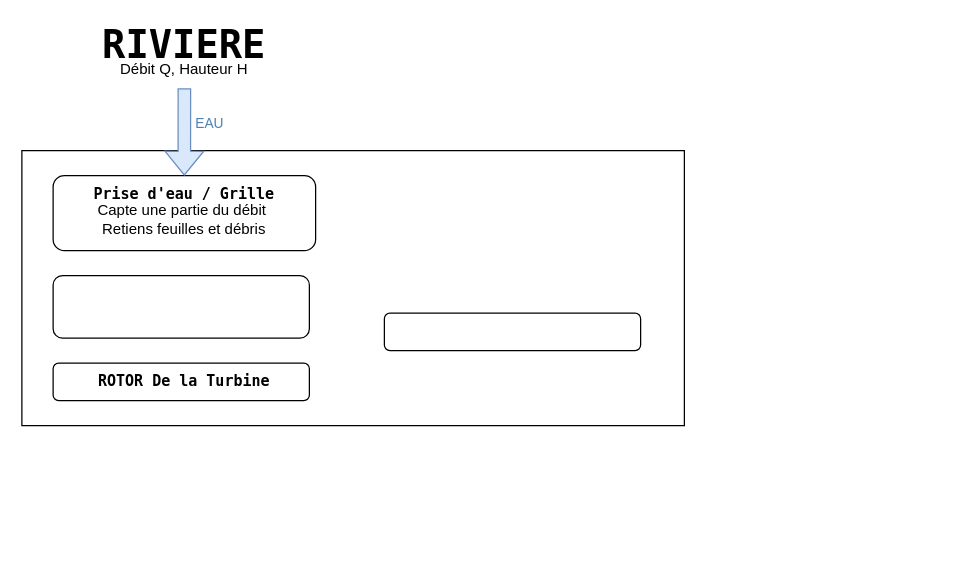
The draw.io diagram PPE_SF.drawio in negans-soyez/PPE_TurbEAU, before the edit. Source tidied: cells renumbered, new cells numbered last; positions are measured from the earlier drawing's top-left corner, leaving out a move shared by most shapes. Both pictures are drawn from the tidied source at 125%, with x=0, y=0 at pixel (21, 25).
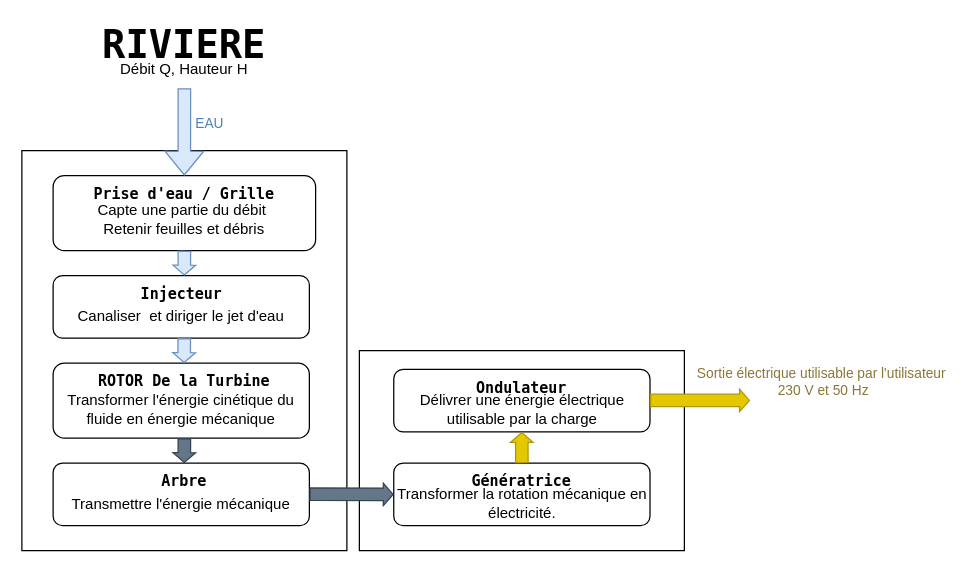
The same page after the edit.

Commit message:
Mettre à jour PPE_SF.drawio

The change refers to these unchanged cells:
```xml
<mxCell id="5" style="rounded=1;whiteSpace=wrap;html=1;" parent="1" vertex="1">
  <mxGeometry x="25" y="120" width="210" height="60" as="geometry" />
</mxCell>
```

The edit, as a diff of the source:
```diff
@@
     <mxCell id="2" style="rounded=0;whiteSpace=wrap;html=1;fillColor=none;" parent="1" vertex="1">
-      <mxGeometry y="100" width="530" height="220" as="geometry" />
+      <mxGeometry y="100" width="260" height="320" as="geometry" />
     </mxCell>
@@
-    <mxCell id="7" value="Capte une partie du débit&amp;nbsp;&lt;div&gt;Retiens feuilles et débris&lt;/div&gt;" style="text;html=1;whiteSpace=wrap;strokeColor=none;fillColor=none;align=center;verticalAlign=middle;rounded=0;" parent="1" vertex="1">
+    <mxCell id="7" value="Capte une partie du débit&amp;nbsp;&lt;div&gt;Retenir feuilles et débris&lt;/div&gt;" style="text;html=1;whiteSpace=wrap;strokeColor=none;fillColor=none;align=center;verticalAlign=middle;rounded=0;" parent="1" vertex="1">
       <mxGeometry x="25" y="140" width="210" height="30" as="geometry" />
     </mxCell>
@@
-    <mxCell id="10" style="rounded=1;whiteSpace=wrap;html=1;" parent="1" vertex="1">
+    <mxCell id="10" value="&lt;div&gt;&lt;br&gt;&lt;/div&gt;&lt;div&gt;&lt;span style=&quot;background-color: transparent; color: light-dark(rgb(0, 0, 0), rgb(255, 255, 255));&quot;&gt;Canaliser&amp;nbsp; et diriger le jet d'eau&lt;/span&gt;&lt;/div&gt;" style="rounded=1;whiteSpace=wrap;html=1;" parent="1" vertex="1">
       <mxGeometry x="25" y="200" width="205" height="50" as="geometry" />
     </mxCell>
-    <mxCell id="11" style="rounded=1;whiteSpace=wrap;html=1;" parent="1" vertex="1">
-      <mxGeometry x="25" y="270" width="205" height="30" as="geometry" />
+    <mxCell id="11" value="&lt;div&gt;&lt;br&gt;&lt;/div&gt;Transformer l'énergie cinétique du fluide en énergie mécanique" style="rounded=1;whiteSpace=wrap;html=1;" parent="1" vertex="1">
+      <mxGeometry x="25" y="270" width="205" height="60" as="geometry" />
     </mxCell>
@@
-    <mxCell id="13" style="rounded=1;whiteSpace=wrap;html=1;" parent="1" vertex="1">
-      <mxGeometry x="290" y="230" width="205" height="30" as="geometry" />
+    <mxCell id="13" value="&lt;div&gt;&lt;br&gt;&lt;/div&gt;Transmettre l'énergie mécanique" style="rounded=1;whiteSpace=wrap;html=1;" parent="1" vertex="1">
+      <mxGeometry x="25" y="350" width="205" height="50" as="geometry" />
     </mxCell>
+    <mxCell id="14" value="Injecteur" style="text;html=1;whiteSpace=wrap;strokeColor=none;fillColor=none;align=center;verticalAlign=middle;rounded=0;fontFamily=Lucida Console;fontSize=12;fontColor=default;fontStyle=1;" parent="1" vertex="1">
+      <mxGeometry x="39.8" y="200" width="175.5" height="30" as="geometry" />
+    </mxCell>
+    <mxCell id="15" value="Arbre" style="text;html=1;whiteSpace=wrap;strokeColor=none;fillColor=none;align=center;verticalAlign=middle;rounded=0;fontFamily=Lucida Console;fontSize=12;fontColor=default;fontStyle=1;" parent="1" vertex="1">
+      <mxGeometry x="42.2" y="350" width="175.5" height="30" as="geometry" />
+    </mxCell>
+    <mxCell id="16" style="shape=flexArrow;endArrow=classic;html=1;rounded=0;fillColor=#dae8fc;strokeColor=#6c8ebf;exitX=0.5;exitY=1;exitDx=0;exitDy=0;entryX=0.5;entryY=0;entryDx=0;entryDy=0;endWidth=7.101449275362318;endSize=2.282608695652174;" parent="1" edge="1" source="5">
+      <mxGeometry relative="1" as="geometry">
+        <mxPoint x="129.9" y="200" as="targetPoint" />
+      </mxGeometry>
+    </mxCell>
+    <mxCell id="17" style="shape=flexArrow;endArrow=classic;html=1;rounded=0;fillColor=#dae8fc;strokeColor=#6c8ebf;exitX=0.5;exitY=1;exitDx=0;exitDy=0;entryX=0.5;entryY=0;entryDx=0;entryDy=0;endWidth=7.101449275362318;endSize=2.282608695652174;" parent="1" edge="1">
+      <mxGeometry relative="1" as="geometry">
+        <mxPoint x="129.9" y="250" as="sourcePoint" />
+        <mxPoint x="129.8" y="270" as="targetPoint" />
+      </mxGeometry>
+    </mxCell>
+    <mxCell id="18" style="shape=flexArrow;endArrow=classic;html=1;rounded=0;fillColor=#647687;strokeColor=#314354;exitX=0.5;exitY=1;exitDx=0;exitDy=0;entryX=0.5;entryY=0;entryDx=0;entryDy=0;endWidth=7.101449275362318;endSize=2.282608695652174;" parent="1" edge="1">
+      <mxGeometry relative="1" as="geometry">
+        <mxPoint x="130" y="330" as="sourcePoint" />
+        <mxPoint x="129.9" y="350" as="targetPoint" />
+      </mxGeometry>
+    </mxCell>
+    <mxCell id="19" style="rounded=0;whiteSpace=wrap;html=1;fillColor=none;" parent="1" vertex="1">
+      <mxGeometry x="270" y="260" width="260" height="160" as="geometry" />
+    </mxCell>
+    <mxCell id="20" value="&lt;div&gt;&lt;br&gt;&lt;/div&gt;Transformer la rotation mécanique en électricité." style="rounded=1;whiteSpace=wrap;html=1;" parent="1" vertex="1">
+      <mxGeometry x="297.5" y="350" width="205" height="50" as="geometry" />
+    </mxCell>
+    <mxCell id="21" value="&lt;div&gt;&lt;br&gt;&lt;/div&gt;Délivrer une énergie électrique utilisable par la charge" style="rounded=1;whiteSpace=wrap;html=1;" parent="1" vertex="1">
+      <mxGeometry x="297.5" y="275" width="205" height="50" as="geometry" />
+    </mxCell>
+    <mxCell id="22" value="Génératrice" style="text;html=1;whiteSpace=wrap;strokeColor=none;fillColor=none;align=center;verticalAlign=middle;rounded=0;fontFamily=Lucida Console;fontSize=12;fontColor=default;fontStyle=1;" parent="1" vertex="1">
+      <mxGeometry x="341.1" y="360" width="117.8" height="10" as="geometry" />
+    </mxCell>
+    <mxCell id="23" value="Ondulateur" style="text;html=1;whiteSpace=wrap;strokeColor=none;fillColor=none;align=center;verticalAlign=middle;rounded=0;fontFamily=Lucida Console;fontSize=12;fontColor=default;fontStyle=1;" parent="1" vertex="1">
+      <mxGeometry x="312.2" y="275" width="175.5" height="30" as="geometry" />
+    </mxCell>
+    <mxCell id="24" style="shape=flexArrow;endArrow=classic;html=1;rounded=0;fillColor=#647687;strokeColor=#314354;exitX=0.951;exitY=0.4;exitDx=0;exitDy=0;entryX=0;entryY=0.5;entryDx=0;entryDy=0;endWidth=7.101449275362318;endSize=2.282608695652174;exitPerimeter=0;" parent="1" edge="1" target="20">
+      <mxGeometry relative="1" as="geometry">
+        <mxPoint x="230" y="374.9" as="sourcePoint" />
+      </mxGeometry>
+    </mxCell>
+    <mxCell id="25" style="shape=flexArrow;endArrow=classic;html=1;rounded=0;fillColor=#e3c800;strokeColor=#B09500;exitX=0.5;exitY=0;exitDx=0;exitDy=0;entryX=0.58;entryY=0.997;entryDx=0;entryDy=0;endWidth=7.101449275362318;endSize=2.282608695652174;entryPerimeter=0;" parent="1" edge="1" source="20">
+      <mxGeometry relative="1" as="geometry">
+        <mxPoint x="399.9" y="325" as="targetPoint" />
+      </mxGeometry>
+    </mxCell>
+    <mxCell id="26" style="shape=flexArrow;endArrow=classic;html=1;rounded=0;fillColor=#e3c800;strokeColor=#B09500;endWidth=7.101449275362318;endSize=2.282608695652174;" parent="1" edge="1">
+      <mxGeometry relative="1" as="geometry">
+        <mxPoint x="502.5" y="299.8" as="sourcePoint" />
+        <mxPoint x="582.5" y="299.8" as="targetPoint" />
+      </mxGeometry>
+    </mxCell>
+    <mxCell id="27" value="Sortie électrique utilisable par l'utilisateur&amp;nbsp;&lt;div&gt;230 V et 50 Hz&lt;/div&gt;" style="edgeLabel;html=1;align=center;verticalAlign=middle;labelBackgroundColor=none;fontColor=#8A7637;" parent="26" vertex="1">
+      <mxGeometry x="0.42" y="2" relative="1" as="geometry">
+        <mxPoint x="81" y="-13" as="offset" />
+      </mxGeometry>
+    </mxCell>
```
